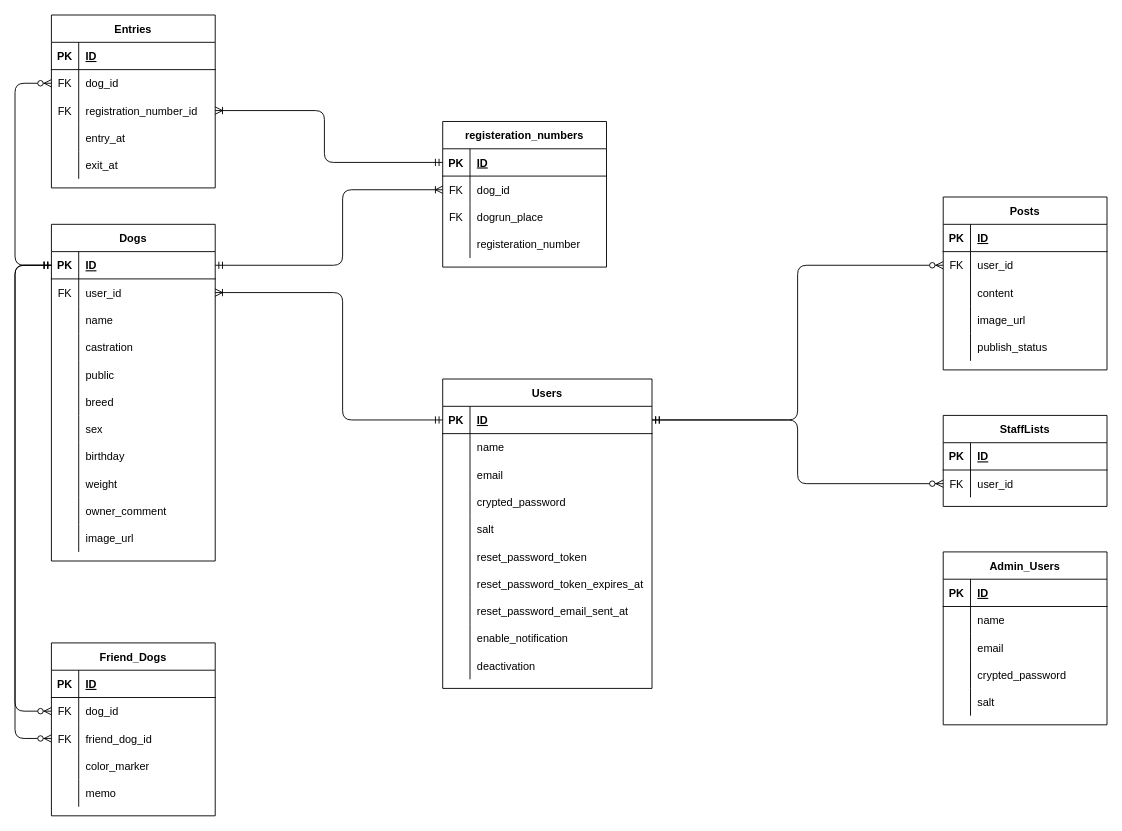
The draw.io diagram ER_diagram.drawio in Kedaruma-Bond/dogrun_connect_app, before the edit. Source tidied: cells renumbered, new cells numbered last; positions are measured from the earlier drawing's top-left corner, leaving out a move shared by most shapes. Both pictures are drawn from the tidied source at 91%, with x=0, y=0 at pixel (15, 15).
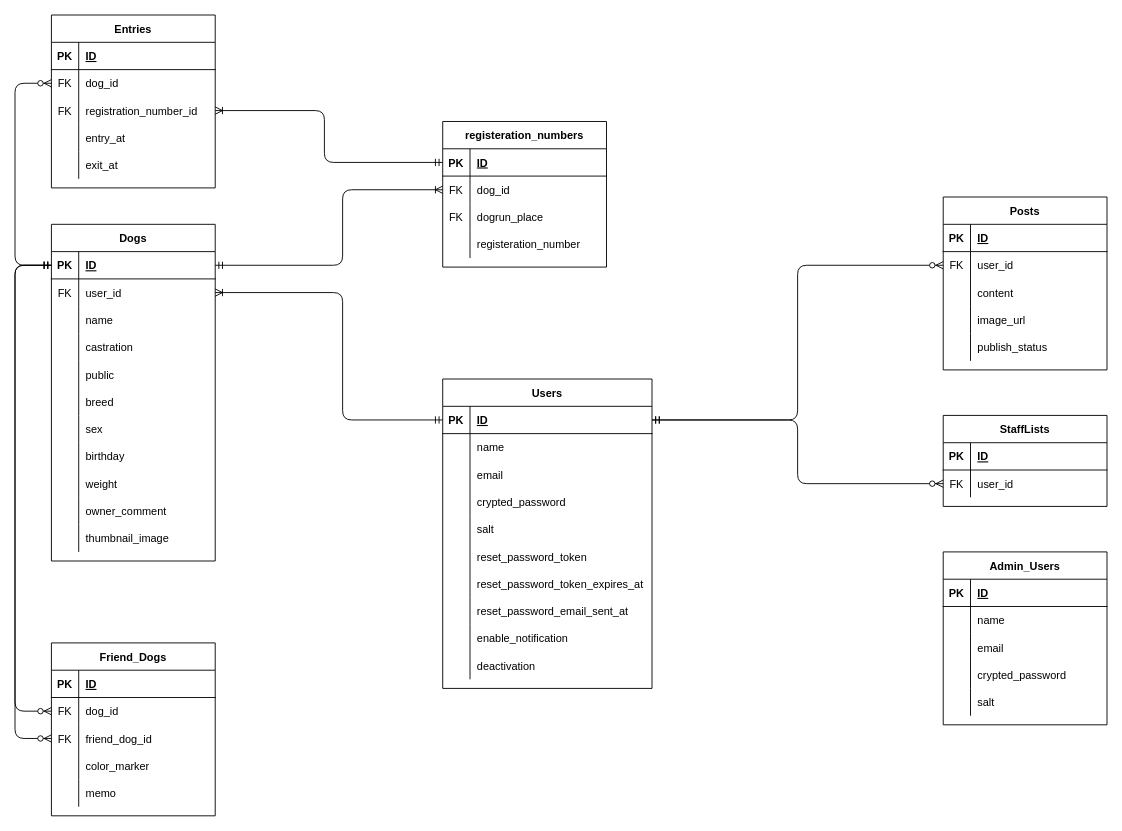
The same page after the edit.

Unchanged cells that the change refers to:
```xml
<mxCell id="87" style="shape=partialRectangle;fillColor=none;top=0;left=0;bottom=0;right=0;" parent="56" vertex="1">
  <mxGeometry y="330" width="180" height="30" as="geometry" />
</mxCell>
```

The edit, as a diff of the source:
```diff
@@
-    <mxCell id="89" value="image_url" style="shape=partialRectangle;fillColor=none;top=0;left=0;bottom=0;right=0;align=left;spacingLeft=6;overflow=hidden;" parent="87" vertex="1">
+    <mxCell id="89" value="thumbnail_image" style="shape=partialRectangle;fillColor=none;top=0;left=0;bottom=0;right=0;align=left;spacingLeft=6;overflow=hidden;" parent="87" vertex="1">
       <mxGeometry x="30" width="150" height="30" as="geometry" />
     </mxCell>
```
